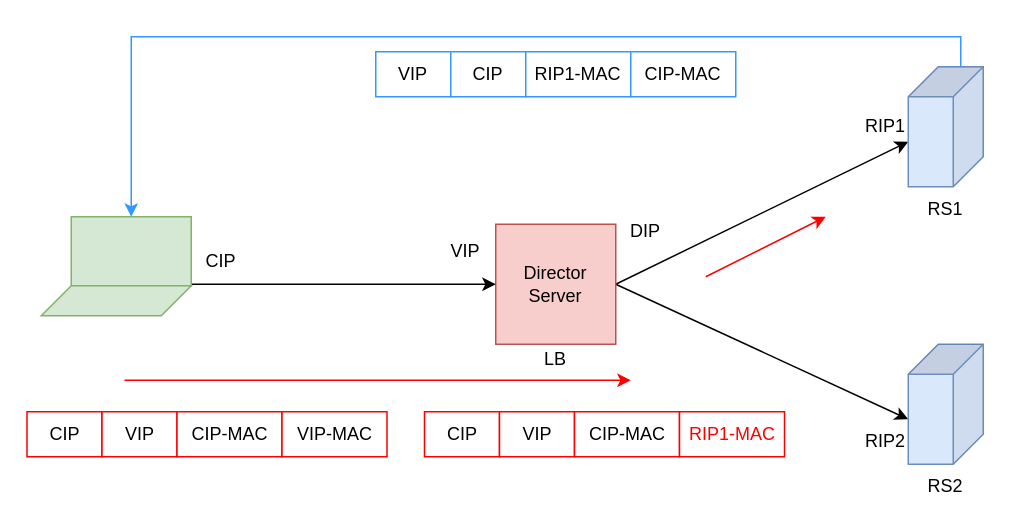
This is lvs-dr.drawio from ctimbai/draw.io, a draw.io file, before an edit. Source tidied: cells renumbered, new cells numbered last; positions are measured from the earlier drawing's top-left corner, leaving out a move shared by most shapes. Both pictures are drawn from the tidied source at 150%, with x=0, y=0 at pixel (27, 51).
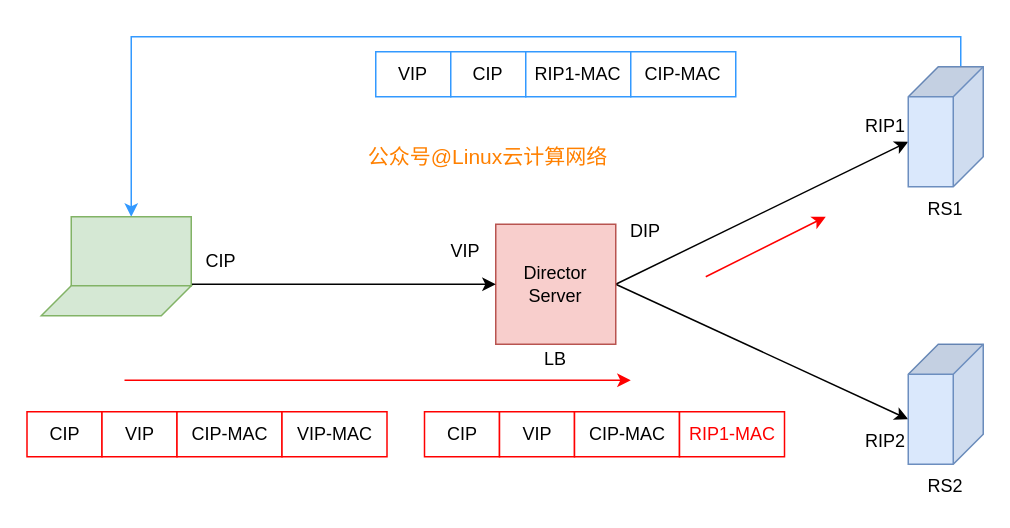
The same diagram, later.

Diff of the diagram source:
```diff
@@
+    <mxCell id="33" value="&lt;font color=&quot;#ff8000&quot; style=&quot;font-size: 14px&quot;&gt;公众号@Linux云计算网络&lt;/font&gt;" style="text;html=1;strokeColor=none;fillColor=none;align=center;verticalAlign=middle;whiteSpace=wrap;rounded=0;" parent="1" vertex="1">
+      <mxGeometry x="222" y="60" width="170" height="20" as="geometry" />
+    </mxCell>
```
